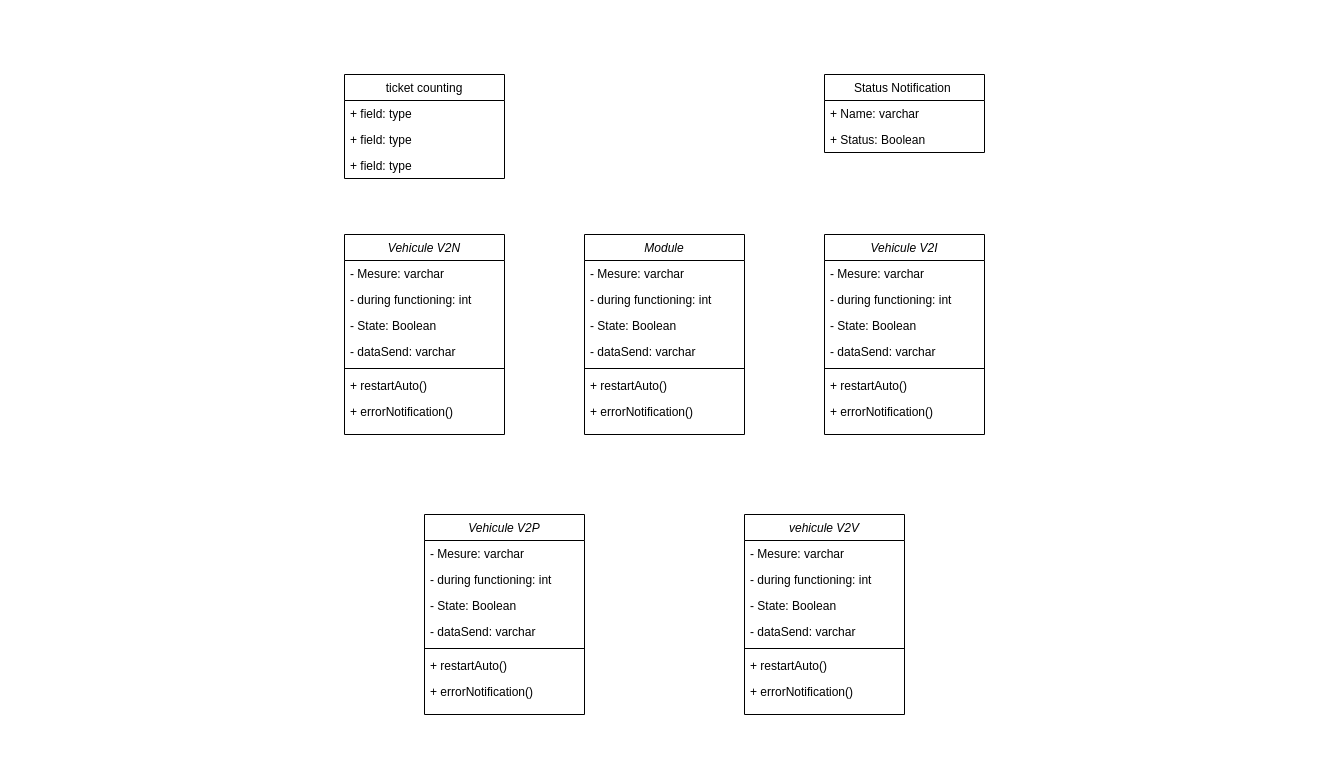
IdurarDev/IoT_Modules keeps this draw.io diagram as UML/IOT_class.drawio. Above is the earlier version. Source tidied: cells renumbered, new cells numbered last; positions are measured from the earlier drawing's top-left corner, leaving out a move shared by most shapes. Both pictures are drawn from the tidied source at 100%, with x=0, y=0 at pixel (344, 74).
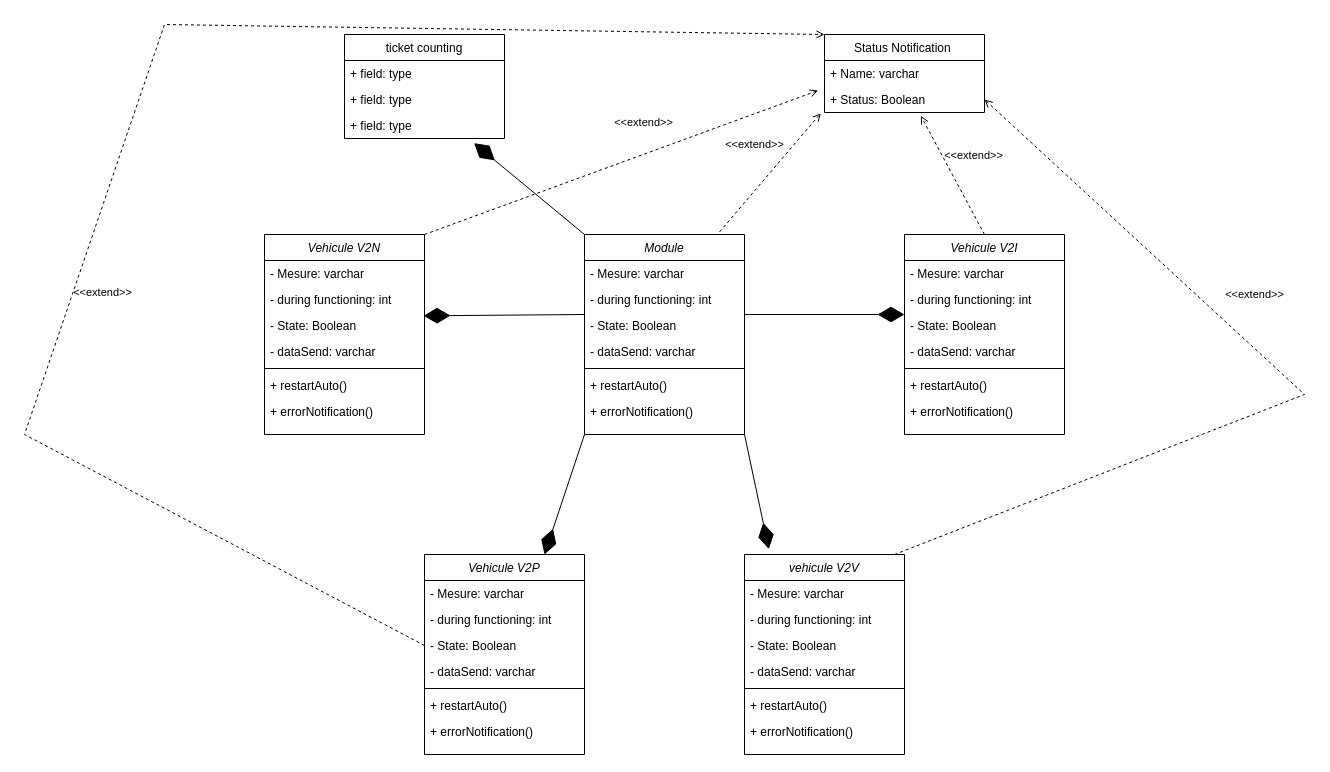
The same diagram, later.

Commit message:
add relation between class

Unchanged cells that the change refers to:
```xml
<mxCell id="2" value="Module" style="swimlane;fontStyle=2;align=center;verticalAlign=top;horizontal=1;startSize=26;rounded=0;shadow=0;strokeWidth=1;" parent="1" vertex="1">
  <mxGeometry x="240" y="160" width="160" height="200" as="geometry" />
</mxCell>
<mxCell id="5" value="- State: Boolean" style="text;align=left;verticalAlign=top;spacingLeft=4;spacingRight=4;overflow=hidden;points=[[0,0.5],[1,0.5]];portConstraint=eastwest;rounded=0;shadow=0;html=0;" parent="2" vertex="1">
  <mxGeometry y="78" width="160" height="26" as="geometry" />
</mxCell>
<mxCell id="11" value="+ Name: varchar" style="text;strokeColor=none;fillColor=none;align=left;verticalAlign=top;spacingLeft=4;spacingRight=4;overflow=hidden;points=[[0,0.5],[1,0.5]];portConstraint=eastwest;" parent="10" vertex="1">
  <mxGeometry y="26" width="160" height="26" as="geometry" />
</mxCell>
<mxCell id="12" value="+ Status: Boolean" style="text;strokeColor=none;fillColor=none;align=left;verticalAlign=top;spacingLeft=4;spacingRight=4;overflow=hidden;points=[[0,0.5],[1,0.5]];portConstraint=eastwest;" parent="10" vertex="1">
  <mxGeometry y="52" width="160" height="26" as="geometry" />
</mxCell>
<mxCell id="16" value="+ field: type" style="text;strokeColor=none;fillColor=none;align=left;verticalAlign=top;spacingLeft=4;spacingRight=4;overflow=hidden;points=[[0,0.5],[1,0.5]];portConstraint=eastwest;" parent="13" vertex="1">
  <mxGeometry y="78" width="160" height="26" as="geometry" />
</mxCell>
<mxCell id="20" value="- State: Boolean" style="text;align=left;verticalAlign=top;spacingLeft=4;spacingRight=4;overflow=hidden;points=[[0,0.5],[1,0.5]];portConstraint=eastwest;rounded=0;shadow=0;html=0;" parent="17" vertex="1">
  <mxGeometry y="78" width="160" height="26" as="geometry" />
</mxCell>
<mxCell id="36" value="- State: Boolean" style="text;align=left;verticalAlign=top;spacingLeft=4;spacingRight=4;overflow=hidden;points=[[0,0.5],[1,0.5]];portConstraint=eastwest;rounded=0;shadow=0;html=0;" parent="33" vertex="1">
  <mxGeometry y="78" width="160" height="26" as="geometry" />
</mxCell>
```

The edit, as a diff of the source:
```diff
@@
     <mxCell id="10" value="Status Notification " style="swimlane;fontStyle=0;horizontal=1;startSize=26;fillColor=none;" parent="1" vertex="1">
-      <mxGeometry x="480" width="160" height="78" as="geometry" />
+      <mxGeometry x="480" y="-40" width="160" height="78" as="geometry" />
     </mxCell>
@@
     <mxCell id="13" value="ticket counting" style="swimlane;fontStyle=0;horizontal=1;startSize=26;fillColor=none;" parent="1" vertex="1">
-      <mxGeometry width="160" height="104" as="geometry" />
+      <mxGeometry y="-40" width="160" height="104" as="geometry" />
     </mxCell>
@@
     <mxCell id="17" value="Vehicule V2N" style="swimlane;fontStyle=2;align=center;verticalAlign=top;horizontal=1;startSize=26;rounded=0;shadow=0;strokeWidth=1;" parent="1" vertex="1">
-      <mxGeometry y="160" width="160" height="200" as="geometry" />
+      <mxGeometry x="-80" y="160" width="160" height="200" as="geometry" />
     </mxCell>
@@
     <mxCell id="25" value="Vehicule V2I" style="swimlane;fontStyle=2;align=center;verticalAlign=top;horizontal=1;startSize=26;rounded=0;shadow=0;strokeWidth=1;" parent="1" vertex="1">
-      <mxGeometry x="480" y="160" width="160" height="200" as="geometry" />
+      <mxGeometry x="560" y="160" width="160" height="200" as="geometry" />
     </mxCell>
@@
     <mxCell id="33" value="Vehicule V2P" style="swimlane;fontStyle=2;align=center;verticalAlign=top;horizontal=1;startSize=26;rounded=0;shadow=0;strokeWidth=1;" parent="1" vertex="1">
-      <mxGeometry x="80" y="440" width="160" height="200" as="geometry" />
+      <mxGeometry x="80" y="480" width="160" height="200" as="geometry" />
     </mxCell>
@@
     <mxCell id="41" value="vehicule V2V" style="swimlane;fontStyle=2;align=center;verticalAlign=top;horizontal=1;startSize=26;rounded=0;shadow=0;strokeWidth=1;" parent="1" vertex="1">
-      <mxGeometry x="400" y="440" width="160" height="200" as="geometry" />
+      <mxGeometry x="400" y="480" width="160" height="200" as="geometry" />
     </mxCell>
@@
+    <mxCell id="49" style="endArrow=diamondThin;endFill=1;endSize=24;html=1;rounded=0;" parent="1" edge="1">
+      <mxGeometry relative="1" as="geometry">
+        <mxPoint x="400" y="240" as="sourcePoint" />
+        <mxPoint x="560" y="240" as="targetPoint" />
+      </mxGeometry>
+    </mxCell>
+    <mxCell id="50" style="endArrow=diamondThin;endFill=1;endSize=24;html=1;rounded=0;entryX=0.152;entryY=-0.027;entryDx=0;entryDy=0;entryPerimeter=0;" parent="1" edge="1" target="41">
+      <mxGeometry relative="1" as="geometry">
+        <mxPoint x="400" y="360" as="sourcePoint" />
+      </mxGeometry>
+    </mxCell>
+    <mxCell id="51" style="endArrow=diamondThin;endFill=1;endSize=24;html=1;rounded=0;exitX=0;exitY=0.077;exitDx=0;exitDy=0;exitPerimeter=0;entryX=0.994;entryY=0.128;entryDx=0;entryDy=0;entryPerimeter=0;" parent="1" edge="1" source="5" target="20">
+      <mxGeometry relative="1" as="geometry" />
+    </mxCell>
+    <mxCell id="52" style="endArrow=diamondThin;endFill=1;endSize=24;html=1;rounded=0;entryX=0.75;entryY=0;entryDx=0;entryDy=0;" parent="1" edge="1" target="33">
+      <mxGeometry relative="1" as="geometry">
+        <mxPoint x="240" y="360" as="sourcePoint" />
+      </mxGeometry>
+    </mxCell>
+    <mxCell id="53" value="&amp;lt;&amp;lt;extend&amp;gt;&amp;gt;" style="html=1;verticalAlign=bottom;labelBackgroundColor=none;endArrow=open;endFill=0;dashed=1;rounded=0;exitX=0.844;exitY=-0.013;exitDx=0;exitDy=0;exitPerimeter=0;entryX=-0.023;entryY=1.026;entryDx=0;entryDy=0;entryPerimeter=0;" parent="1" edge="1" source="2" target="12">
+      <mxGeometry x="0.05" y="24" relative="1" as="geometry" />
+    </mxCell>
+    <mxCell id="54" value="&amp;lt;&amp;lt;extend&amp;gt;&amp;gt;" style="html=1;verticalAlign=bottom;labelBackgroundColor=none;endArrow=open;endFill=0;dashed=1;rounded=0;entryX=-0.04;entryY=1.154;entryDx=0;entryDy=0;entryPerimeter=0;" parent="1" edge="1" target="11">
+      <mxGeometry x="0.15" y="22" relative="1" as="geometry">
+        <mxPoint x="80" y="160" as="sourcePoint" />
+      </mxGeometry>
+    </mxCell>
+    <mxCell id="55" value="&amp;lt;&amp;lt;extend&amp;gt;&amp;gt;" style="html=1;verticalAlign=bottom;labelBackgroundColor=none;endArrow=open;endFill=0;dashed=1;rounded=0;entryX=1;entryY=0.5;entryDx=0;entryDy=0;" parent="1" edge="1" target="12">
+      <mxGeometry x="0.23" y="-32" relative="1" as="geometry">
+        <mxPoint x="550" y="480" as="sourcePoint" />
+        <Array as="points">
+          <mxPoint x="960" y="320" />
+        </Array>
+        <mxPoint y="-1" as="offset" />
+      </mxGeometry>
+    </mxCell>
+    <mxCell id="56" value="&amp;lt;&amp;lt;extend&amp;gt;&amp;gt;" style="html=1;verticalAlign=bottom;labelBackgroundColor=none;endArrow=open;endFill=0;dashed=1;rounded=0;entryX=0.602;entryY=1.128;entryDx=0;entryDy=0;entryPerimeter=0;exitX=0.5;exitY=0;exitDx=0;exitDy=0;" parent="1" edge="1" source="25" target="12">
+      <mxGeometry x="-0.01" y="-24" relative="1" as="geometry" />
+    </mxCell>
+    <mxCell id="57" value="&amp;lt;&amp;lt;extend&amp;gt;&amp;gt;" style="html=1;verticalAlign=bottom;labelBackgroundColor=none;endArrow=open;endFill=0;dashed=1;rounded=0;exitX=0;exitY=0.5;exitDx=0;exitDy=0;" parent="1" edge="1" source="36">
+      <mxGeometry x="-0.22" y="-31" relative="1" as="geometry">
+        <mxPoint x="480" y="-40" as="targetPoint" />
+        <Array as="points">
+          <mxPoint x="-320" y="360" />
+          <mxPoint x="-180" y="-50" />
+        </Array>
+      </mxGeometry>
+    </mxCell>
+    <mxCell id="58" style="endArrow=diamondThin;endFill=1;endSize=24;html=1;rounded=0;entryX=0.81;entryY=1.179;entryDx=0;entryDy=0;entryPerimeter=0;exitX=0;exitY=0;exitDx=0;exitDy=0;" parent="1" edge="1" source="2" target="16">
+      <mxGeometry relative="1" as="geometry" />
+    </mxCell>
```
